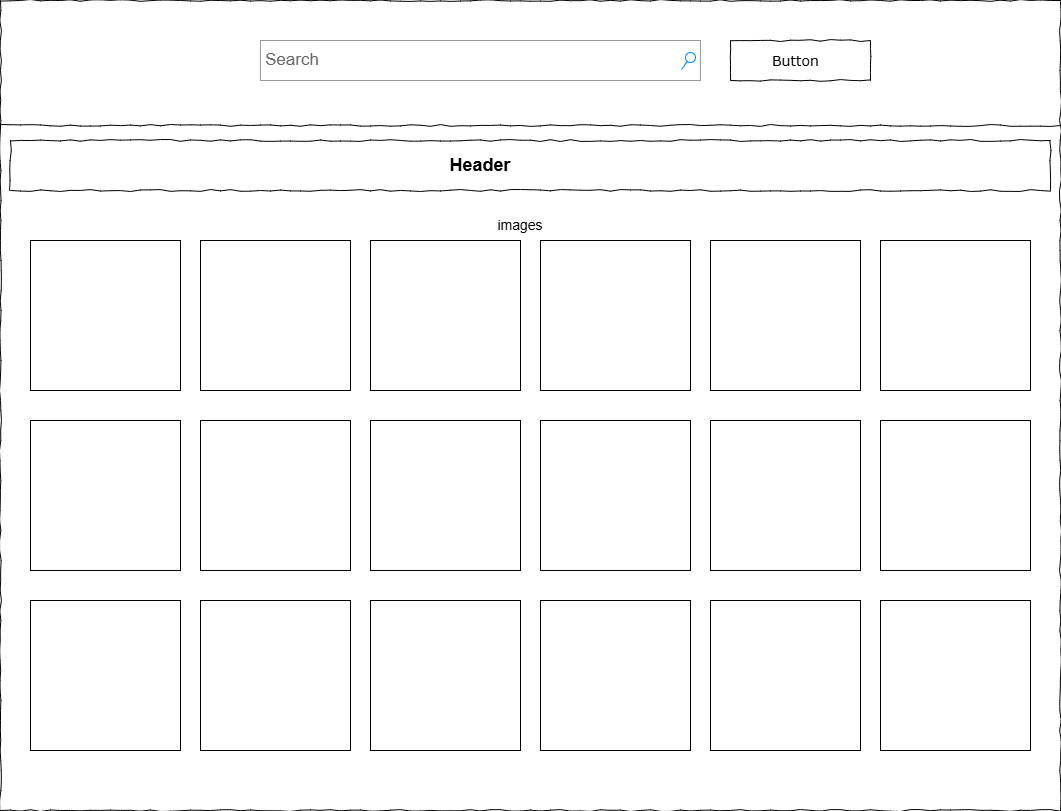
Above: Images/Search_wireframe.png in kolinzo1/Website_with_Search (draw.io), before the change. Source tidied: cells renumbered, new cells last; positions are measured from the earlier drawing's top-left corner, leaving out a move shared by most shapes.
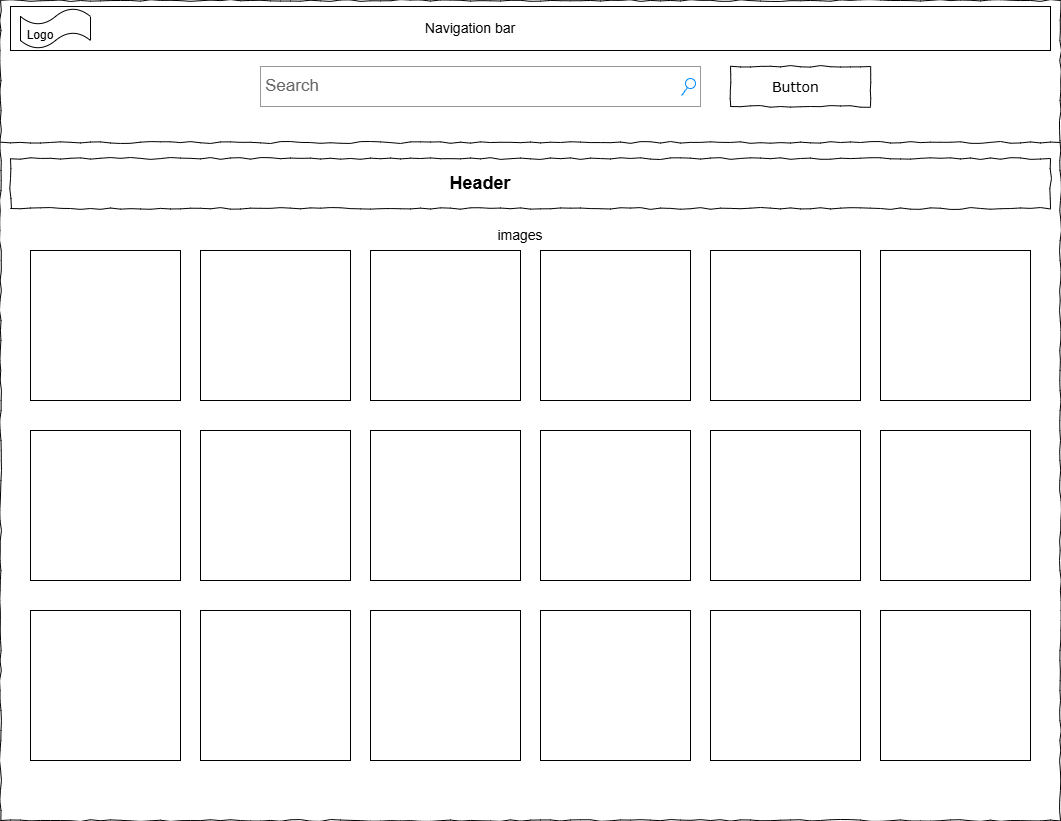
The same diagram one commit later.

Commit message:
added logo to navbar

What changed in the source:
```diff
@@ -3,25 +3,25 @@
     <mxCell id="0" />
     <mxCell id="1" parent="0" />
     <mxCell id="2" style="whiteSpace=wrap;html=1;rounded=0;shadow=0;labelBackgroundColor=none;strokeColor=#000000;strokeWidth=1;fillColor=none;fontFamily=Verdana;fontSize=12;fontColor=#000000;align=center;comic=1;" parent="1" vertex="1">
-      <mxGeometry width="1060" height="810" as="geometry" />
+      <mxGeometry y="-10" width="1060" height="820" as="geometry" />
     </mxCell>
     <mxCell id="3" value="Search" style="strokeWidth=1;shadow=0;dashed=0;align=center;html=1;shape=mxgraph.mockup.forms.searchBox;strokeColor=#999999;mainText=;strokeColor2=#008cff;fontColor=#666666;fontSize=17;align=left;spacingLeft=3;rounded=0;labelBackgroundColor=none;comic=1;" parent="1" vertex="1">
-      <mxGeometry x="260" y="40" width="440" height="40" as="geometry" />
+      <mxGeometry x="260" y="56" width="440" height="40" as="geometry" />
     </mxCell>
     <mxCell id="4" style="line;strokeWidth=1;html=1;rounded=0;shadow=0;labelBackgroundColor=none;fillColor=none;fontFamily=Verdana;fontSize=14;fontColor=#000000;align=center;comic=1;" parent="1" vertex="1">
-      <mxGeometry y="120" width="1060" height="10" as="geometry" />
+      <mxGeometry y="127" width="1060" height="10" as="geometry" />
     </mxCell>
     <mxCell id="5" style="whiteSpace=wrap;html=1;rounded=0;shadow=0;labelBackgroundColor=none;strokeWidth=1;fillColor=none;fontFamily=Verdana;fontSize=12;align=center;comic=1;" parent="1" vertex="1">
-      <mxGeometry x="10" y="140" width="1040" height="50" as="geometry" />
+      <mxGeometry x="10" y="148" width="1040" height="50" as="geometry" />
     </mxCell>
     <mxCell id="6" style="whiteSpace=wrap;html=1;rounded=0;shadow=0;labelBackgroundColor=none;strokeWidth=1;fillColor=none;fontFamily=Verdana;fontSize=12;align=center;comic=1;" parent="1" vertex="1">
-      <mxGeometry x="730" y="40" width="140" height="40" as="geometry" />
+      <mxGeometry x="730" y="56" width="140" height="40" as="geometry" />
     </mxCell>
     <mxCell id="7" value="Button" style="text;html=1;align=left;verticalAlign=top;spacingTop=-4;fontSize=14;fontFamily=Verdana;" parent="1" vertex="1">
-      <mxGeometry x="770" y="50" width="50" height="20" as="geometry" />
+      <mxGeometry x="770" y="66" width="50" height="20" as="geometry" />
     </mxCell>
     <mxCell id="8" value="&lt;b&gt;&lt;font style=&quot;font-size: 18px;&quot;&gt;Header&lt;/font&gt;&lt;/b&gt;" style="text;strokeColor=none;align=center;fillColor=none;html=1;verticalAlign=middle;whiteSpace=wrap;rounded=0;" parent="1" vertex="1">
-      <mxGeometry x="310" y="150" width="340" height="30" as="geometry" />
+      <mxGeometry x="310" y="158" width="340" height="30" as="geometry" />
     </mxCell>
     <mxCell id="9" style="whiteSpace=wrap;html=1;" parent="1" vertex="1">
       <mxGeometry x="30" y="240" width="150" height="150" as="geometry" />
@@ -80,5 +80,17 @@
     <mxCell id="27" value="&lt;font style=&quot;font-size: 14px;&quot;&gt;images&lt;/font&gt;" style="text;strokeColor=none;align=center;fillColor=none;html=1;verticalAlign=middle;whiteSpace=wrap;rounded=0;" parent="1" vertex="1">
       <mxGeometry x="420" y="210" width="200" height="30" as="geometry" />
     </mxCell>
+    <mxCell id="28" style="rounded=0;whiteSpace=wrap;html=1;" parent="1" vertex="1">
+      <mxGeometry x="10" y="-4" width="1040" height="44" as="geometry" />
+    </mxCell>
+    <mxCell id="29" value="&lt;font style=&quot;font-size: 14px;&quot;&gt;Navigation bar&lt;/font&gt;" style="text;strokeColor=none;align=center;fillColor=none;html=1;verticalAlign=middle;whiteSpace=wrap;rounded=0;" parent="1" vertex="1">
+      <mxGeometry x="390" y="3" width="160" height="30" as="geometry" />
+    </mxCell>
+    <mxCell id="30" style="shape=tape;whiteSpace=wrap;html=1;" parent="1" vertex="1">
+      <mxGeometry x="20" y="-2" width="70" height="40" as="geometry" />
+    </mxCell>
+    <mxCell id="31" value="Logo" style="text;strokeColor=none;align=center;fillColor=none;html=1;verticalAlign=middle;whiteSpace=wrap;rounded=0;" parent="1" vertex="1">
+      <mxGeometry x="10" y="10" width="60" height="30" as="geometry" />
+    </mxCell>
   </root>
 </mxGraphModel>
```
